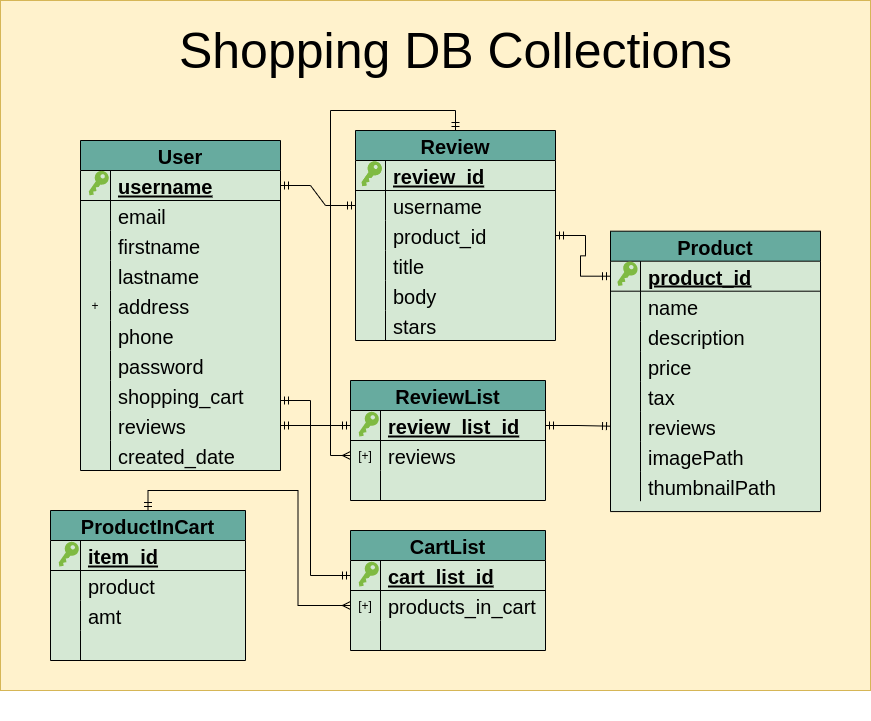
Above: designdocs/basicDBPlan.png in MoveUpHealth/example-shopping-interface (draw.io), before the change. Source tidied: cells renumbered, new cells last; positions are measured from the earlier drawing's top-left corner, leaving out a move shared by most shapes.
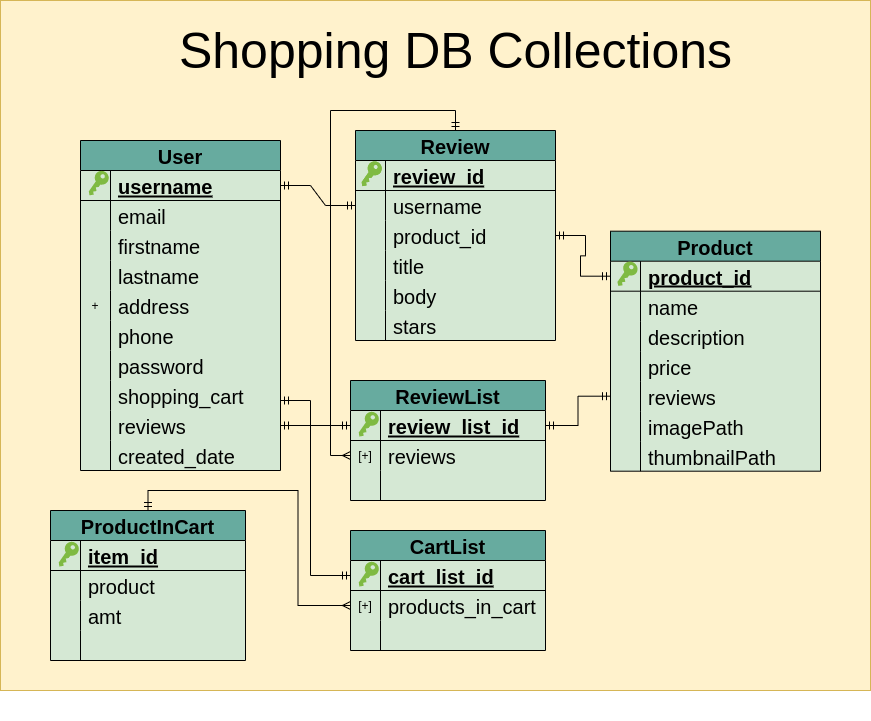
Above is the later version.

The edit, as a diff of the source:
```diff
@@ -114,7 +114,7 @@
       <mxGeometry x="610" y="240" width="210" height="270" as="geometry" />
     </mxCell>
     <mxCell id="39" value="Product" style="shape=table;startSize=30;rowLines=0;fontStyle=1;align=center;fontSize=20;fillColor=#67AB9F;swimlaneFillColor=#D5E8D4;" parent="38" vertex="1">
-      <mxGeometry y="-9.3" width="210" height="280.4" as="geometry" />
+      <mxGeometry y="-9.3" width="210" height="240" as="geometry" />
     </mxCell>
     <mxCell id="40" style="shape=partialRectangle;fillColor=none;top=0;left=0;bottom=1;right=0;points=[[0,0.5],[1,0.5]];portConstraint=eastwest;" parent="39" vertex="1">
       <mxGeometry y="30" width="210" height="30" as="geometry" />
@@ -152,17 +152,8 @@
     <mxCell id="51" value="price" style="shape=partialRectangle;fillColor=none;top=0;left=0;bottom=0;right=0;align=left;spacingLeft=6;overflow=hidden;fontSize=20;" parent="49" vertex="1">
       <mxGeometry x="30" width="180" height="30" as="geometry" />
     </mxCell>
-    <mxCell id="52" style="shape=partialRectangle;fillColor=none;top=0;left=0;bottom=0;right=0;" parent="39" vertex="1">
-      <mxGeometry y="150" width="210" height="30" as="geometry" />
-    </mxCell>
-    <mxCell id="53" style="shape=partialRectangle;fillColor=none;top=0;left=0;bottom=0;right=0;overflow=hidden;" parent="52" vertex="1">
-      <mxGeometry width="30" height="30" as="geometry" />
-    </mxCell>
-    <mxCell id="54" value="tax" style="shape=partialRectangle;fillColor=none;top=0;left=0;bottom=0;right=0;align=left;spacingLeft=6;overflow=hidden;fontSize=20;" parent="52" vertex="1">
-      <mxGeometry x="30" width="180" height="30" as="geometry" />
-    </mxCell>
     <mxCell id="55" style="shape=partialRectangle;fillColor=none;top=0;left=0;bottom=0;right=0;points=[[0,0.5],[1,0.5]];portConstraint=eastwest;" parent="39" vertex="1">
-      <mxGeometry y="180" width="210" height="30" as="geometry" />
+      <mxGeometry y="150" width="210" height="30" as="geometry" />
     </mxCell>
     <mxCell id="56" style="shape=partialRectangle;fillColor=none;top=0;left=0;bottom=0;right=0;overflow=hidden;" parent="55" vertex="1">
       <mxGeometry width="30" height="30" as="geometry" />
@@ -171,7 +162,7 @@
       <mxGeometry x="30" width="180" height="30" as="geometry" />
     </mxCell>
     <mxCell id="58" style="shape=partialRectangle;fillColor=none;top=0;left=0;bottom=0;right=0;" parent="39" vertex="1">
-      <mxGeometry y="210" width="210" height="30" as="geometry" />
+      <mxGeometry y="180" width="210" height="30" as="geometry" />
     </mxCell>
     <mxCell id="59" style="shape=partialRectangle;fillColor=none;top=0;left=0;bottom=0;right=0;overflow=hidden;" parent="58" vertex="1">
       <mxGeometry width="30" height="30" as="geometry" />
@@ -180,7 +171,7 @@
       <mxGeometry x="30" width="180" height="30" as="geometry" />
     </mxCell>
     <mxCell id="61" style="shape=partialRectangle;fillColor=none;top=0;left=0;bottom=0;right=0;" parent="39" vertex="1">
-      <mxGeometry y="240" width="210" height="30" as="geometry" />
+      <mxGeometry y="210" width="210" height="30" as="geometry" />
     </mxCell>
     <mxCell id="62" style="shape=partialRectangle;fillColor=none;top=0;left=0;bottom=0;right=0;overflow=hidden;" parent="61" vertex="1">
       <mxGeometry width="30" height="30" as="geometry" />
```
